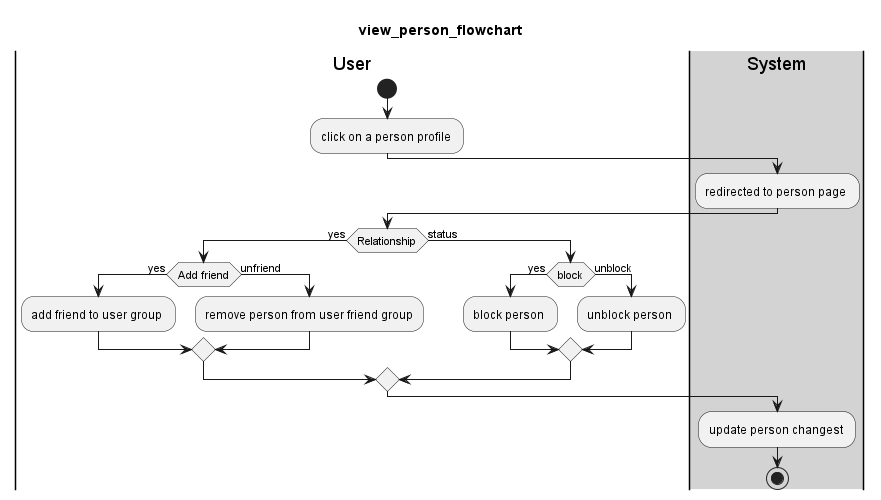
Above: out/Diagram/flowchart/account/view_person_flowchart/view_person_flowchart.png in KTPx4/Social_Media (PlantUML), before the change. The source it was exported from:
```plantuml
@startuml
title view_person_flowchart
|User|
start
:click on a person profile ;
|#lightgray|System|
:redirected to person page ;
|User|
if(Relationship) then (yes)
    if(Add friend) then (yes)

        :add friend to user group ;
    else(unfriend)
        :remove person from user friend group;
    endif
else (status)
    if(block) then (yes)
        :block person ;
    else(unblock)
        :unblock person ;
    endif
endif
|#lightgray|System|
:update person changest ;
stop
@enduml
```
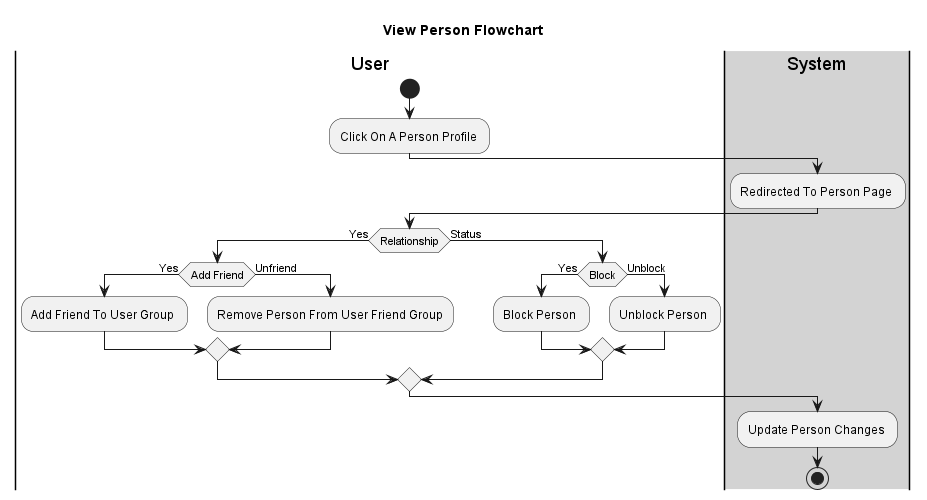
The same file after the commit.

Change to the diagram source:
```diff
@@ -1,26 +1,26 @@
 @startuml
-title view_person_flowchart
+title View Person Flowchart
 |User|
 start
-:click on a person profile ;
+:Click On A Person Profile ;
 |#lightgray|System|
-:redirected to person page ;
+:Redirected To Person Page ;
 |User|
-if(Relationship) then (yes)
-    if(Add friend) then (yes)
+if(Relationship) then (Yes)
+    if(Add Friend) then (Yes)
 
-        :add friend to user group ;
-    else(unfriend)
-        :remove person from user friend group;
+        :Add Friend To User Group ;
+    else(Unfriend)
+        :Remove Person From User Friend Group;
     endif
-else (status)
-    if(block) then (yes)
-        :block person ;
-    else(unblock)
-        :unblock person ;
+else (Status)
+    if(Block) then (Yes)
+        :Block Person ;
+    else(Unblock)
+        :Unblock Person ;
     endif
 endif
 |#lightgray|System|
-:update person changest ;
+:Update Person Changes ;
 stop
 @enduml
```
